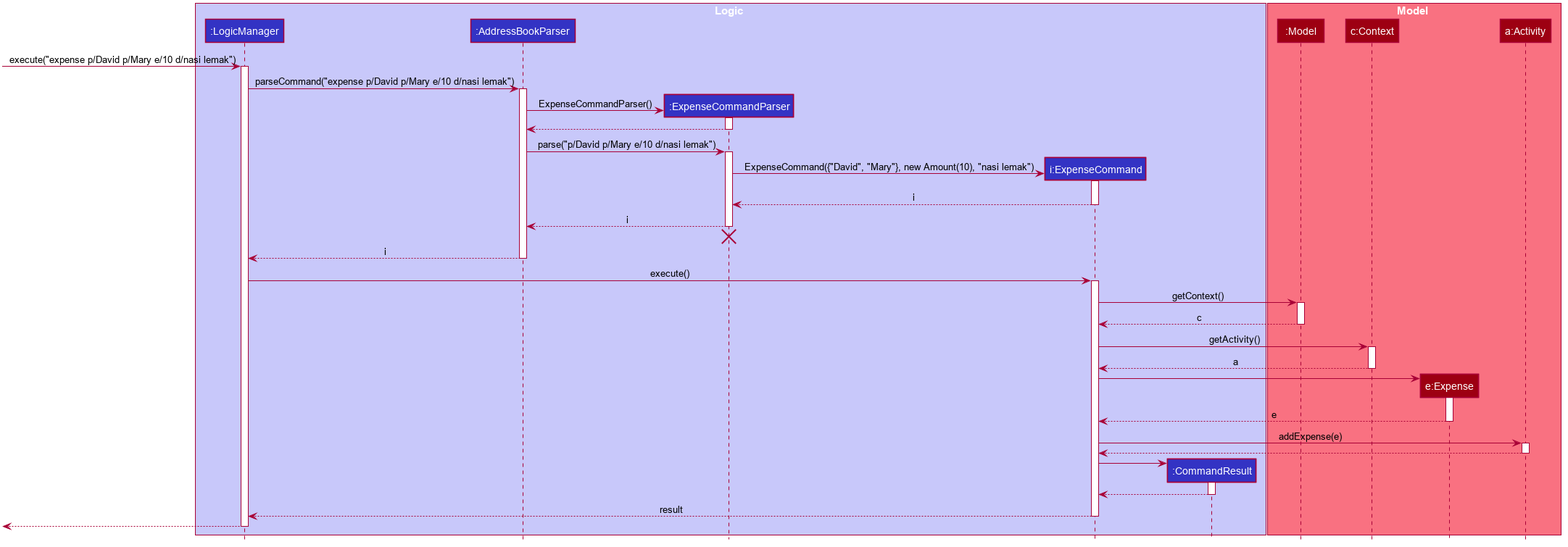
Above: docs/images/ExpenseSequenceDiagram.png in nus-cs2103-AY1920S1/addressbook-level3 (PlantUML), before the change. Source of this version:
```plantuml
@startuml








skinparam BackgroundColor #FFFFFFF

skinparam Shadowing false

skinparam ClassAttributeFontColor #FFFFFF

skinparam Class {
    FontColor #FFFFFF
    BorderThickness 1
    BorderColor #FFFFFF
    StereotypeFontColor #FFFFFF
    FontName Arial
}

skinparam Actor {
    BorderColor #000000
    Color #000000
    FontName Arial
}

skinparam Sequence {
    MessageAlign center
    BoxFontSize 15
    BoxPadding 0
    BoxFontColor #FFFFFF
    FontName Arial
}

skinparam Participant {
    FontColor #FFFFFFF
    Padding 20
}

skinparam MinClassWidth 50
skinparam ParticipantPadding 10
skinparam Shadowing false
skinparam DefaultTextAlignment center
skinparam packageStyle Rectangle
skinparam classAttributeIconSize 0

hide footbox
hide members
hide circle

box Logic #C8C8FA
participant ":LogicManager" as LogicManager #3333C4
participant ":AddressBookParser" as AddressBookParser #3333C4
participant ":ExpenseCommandParser" as ExpenseCommandParser #3333C4
participant "i:ExpenseCommand" as ExpenseCommand #3333C4
participant ":CommandResult" as CommandResult #3333C4
end box

box Model #F97181
participant ":Model" as Model #9D0012
participant "c:Context" as Context #9D0012
participant "e:Expense" as Expense #9D0012
participant "a:Activity" as Activity #9D0012
end box

[-> LogicManager : execute("expense p/David p/Mary e/10 d/nasi lemak")
activate LogicManager

LogicManager -> AddressBookParser : parseCommand("expense p/David p/Mary e/10 d/nasi lemak")
activate AddressBookParser

create ExpenseCommandParser
AddressBookParser -> ExpenseCommandParser : ExpenseCommandParser()
activate ExpenseCommandParser

ExpenseCommandParser --> AddressBookParser
deactivate ExpenseCommandParser

AddressBookParser -> ExpenseCommandParser : parse("p/David p/Mary e/10 d/nasi lemak")
activate ExpenseCommandParser

create ExpenseCommand
ExpenseCommandParser -> ExpenseCommand : ExpenseCommand({"David", "Mary"}, new Amount(10), "nasi lemak")
activate ExpenseCommand

ExpenseCommand --> ExpenseCommandParser : i
deactivate ExpenseCommand

ExpenseCommandParser --> AddressBookParser : i
deactivate ExpenseCommandParser
ExpenseCommandParser -[hidden]-> AddressBookParser
destroy ExpenseCommandParser

AddressBookParser --> LogicManager : i
deactivate AddressBookParser

LogicManager -> ExpenseCommand : execute()
activate ExpenseCommand

ExpenseCommand -> Model : getContext()
activate Model

Model--> ExpenseCommand : c
deactivate Model

ExpenseCommand -> Context : getActivity()
activate Context

Context --> ExpenseCommand : a
deactivate Context

create Expense
ExpenseCommand -> Expense
activate Expense

Expense --> ExpenseCommand : e
deactivate Expense

ExpenseCommand -> Activity : addExpense(e)
activate Activity

Activity --> ExpenseCommand
deactivate Activity

create CommandResult
ExpenseCommand -> CommandResult
activate CommandResult

CommandResult --> ExpenseCommand
deactivate CommandResult

ExpenseCommand --> LogicManager : result
deactivate ExpenseCommand

[<--LogicManager
deactivate LogicManager
@enduml
```
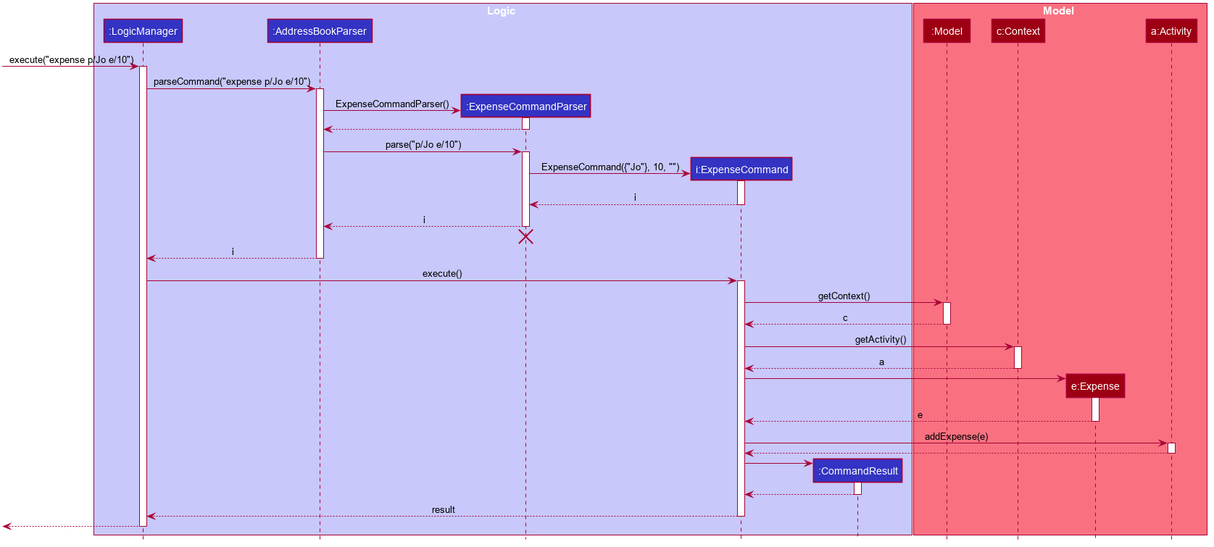
The same diagram one commit later.

What changed in the source:
```diff
@@ -66,10 +66,10 @@
 participant "a:Activity" as Activity #9D0012
 end box
 
-[-> LogicManager : execute("expense p/David p/Mary e/10 d/nasi lemak")
+[-> LogicManager : execute("expense p/Jo e/10")
 activate LogicManager
 
-LogicManager -> AddressBookParser : parseCommand("expense p/David p/Mary e/10 d/nasi lemak")
+LogicManager -> AddressBookParser : parseCommand("expense p/Jo e/10")
 activate AddressBookParser
 
 create ExpenseCommandParser
@@ -79,11 +79,11 @@
 ExpenseCommandParser --> AddressBookParser
 deactivate ExpenseCommandParser
 
-AddressBookParser -> ExpenseCommandParser : parse("p/David p/Mary e/10 d/nasi lemak")
+AddressBookParser -> ExpenseCommandParser : parse("p/Jo e/10")
 activate ExpenseCommandParser
 
 create ExpenseCommand
-ExpenseCommandParser -> ExpenseCommand : ExpenseCommand({"David", "Mary"}, new Amount(10), "nasi lemak")
+ExpenseCommandParser -> ExpenseCommand : ExpenseCommand({"Jo"}, 10, "")
 activate ExpenseCommand
 
 ExpenseCommand --> ExpenseCommandParser : i
```
